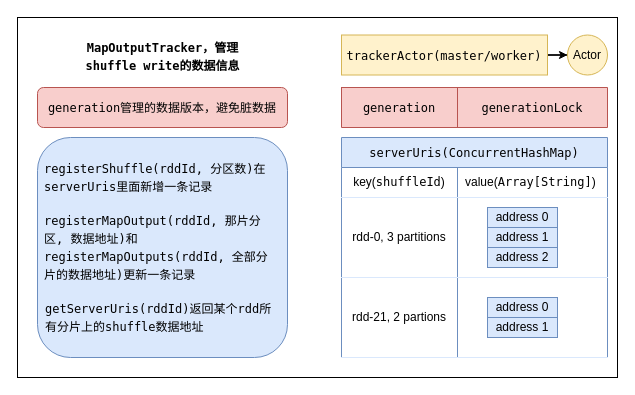
Before: doc/MapOutputTracker-view.drawio in changzhiwin/spark-core-analysis, a draw.io diagram. Source tidied: cells renumbered, new cells numbered last; positions are measured from the earlier drawing's top-left corner, leaving out a move shared by most shapes. Both pictures are drawn from the tidied source at 100%, with x=0, y=0 at pixel (17, 17).
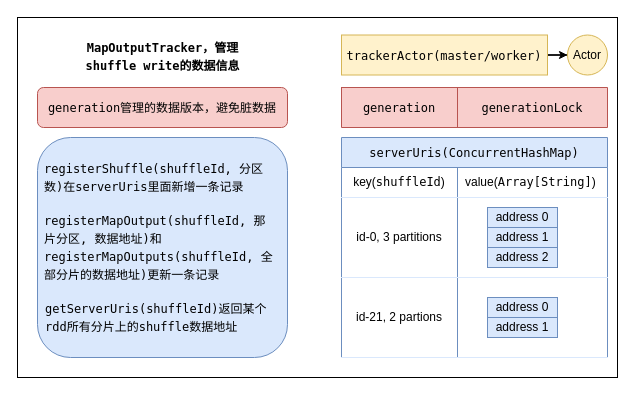
Above is the later version.

Unchanged cells that the change refers to:
```xml
<mxCell id="7" style="shape=partialRectangle;html=1;whiteSpace=wrap;fillColor=none;top=0;left=0;bottom=1;right=0;strokeColor=#DAE8FC;" parent="3" vertex="1">
  <mxGeometry y="60" width="266" height="80" as="geometry" />
</mxCell>
<mxCell id="10" style="shape=partialRectangle;html=1;whiteSpace=wrap;fillColor=none;top=0;left=0;bottom=1;right=0;strokeColor=#DAE8FC;" parent="3" vertex="1">
  <mxGeometry y="140" width="266" height="80" as="geometry" />
</mxCell>
```

The edit, as a diff of the source:
```diff
@@
-    <mxCell id="8" value="rdd-0, 3 partitions" style="shape=partialRectangle;html=1;whiteSpace=wrap;fillColor=none;top=0;left=0;bottom=0;right=0;overflow=hidden;strokeColor=#DAE8FC;" parent="7" vertex="1">
+    <mxCell id="8" value="id-0, 3 partitions" style="shape=partialRectangle;html=1;whiteSpace=wrap;fillColor=none;top=0;left=0;bottom=0;right=0;overflow=hidden;strokeColor=#DAE8FC;" parent="7" vertex="1">
       <mxGeometry width="116" height="80" as="geometry" />
     </mxCell>
@@
-    <mxCell id="11" value="rdd-21, 2 partions" style="shape=partialRectangle;html=1;whiteSpace=wrap;fillColor=none;top=0;left=0;bottom=0;right=0;overflow=hidden;" parent="10" vertex="1">
+    <mxCell id="11" value="id-21, 2 partions" style="shape=partialRectangle;html=1;whiteSpace=wrap;fillColor=none;top=0;left=0;bottom=0;right=0;overflow=hidden;" parent="10" vertex="1">
       <mxGeometry width="116" height="80" as="geometry" />
     </mxCell>
@@
-    <mxCell id="28" value="&lt;div style=&quot;font-family: &amp;#34;menlo&amp;#34; , &amp;#34;monaco&amp;#34; , &amp;#34;courier new&amp;#34; , monospace ; line-height: 18px&quot;&gt;registerShuffle(rddId, 分区数)在serverUris里面新增一条记录&lt;/div&gt;" style="text;html=1;strokeColor=none;fillColor=none;align=left;verticalAlign=middle;whiteSpace=wrap;rounded=0;fontColor=#000000;" parent="1" vertex="1">
+    <mxCell id="28" value="&lt;div style=&quot;font-family: &amp;#34;menlo&amp;#34; , &amp;#34;monaco&amp;#34; , &amp;#34;courier new&amp;#34; , monospace ; line-height: 18px&quot;&gt;registerShuffle(shuffleId, 分区数)在serverUris里面新增一条记录&lt;/div&gt;" style="text;html=1;strokeColor=none;fillColor=none;align=left;verticalAlign=middle;whiteSpace=wrap;rounded=0;fontColor=#000000;" parent="1" vertex="1">
       <mxGeometry x="25" y="140" width="240" height="40" as="geometry" />
     </mxCell>
-    <mxCell id="29" value="&lt;div style=&quot;font-family: &amp;#34;menlo&amp;#34; , &amp;#34;monaco&amp;#34; , &amp;#34;courier new&amp;#34; , monospace ; line-height: 18px&quot;&gt;&lt;span style=&quot;font-family: &amp;#34;menlo&amp;#34; , &amp;#34;monaco&amp;#34; , &amp;#34;courier new&amp;#34; , monospace&quot;&gt;registerMapOutput&lt;/span&gt;(rddId, 那片分区, 数据地址)和&lt;/div&gt;&lt;div style=&quot;font-family: &amp;#34;menlo&amp;#34; , &amp;#34;monaco&amp;#34; , &amp;#34;courier new&amp;#34; , monospace ; line-height: 18px&quot;&gt;&lt;span style=&quot;font-family: &amp;#34;menlo&amp;#34; , &amp;#34;monaco&amp;#34; , &amp;#34;courier new&amp;#34; , monospace&quot;&gt;registerMapOutputs(rddId, 全部分片的数据地址)更新一条记录&lt;/span&gt;&lt;/div&gt;" style="text;html=1;strokeColor=none;fillColor=none;align=left;verticalAlign=middle;whiteSpace=wrap;rounded=0;" parent="1" vertex="1">
+    <mxCell id="29" value="&lt;div style=&quot;font-family: &amp;#34;menlo&amp;#34; , &amp;#34;monaco&amp;#34; , &amp;#34;courier new&amp;#34; , monospace ; line-height: 18px&quot;&gt;&lt;span style=&quot;font-family: &amp;#34;menlo&amp;#34; , &amp;#34;monaco&amp;#34; , &amp;#34;courier new&amp;#34; , monospace&quot;&gt;registerMapOutput&lt;/span&gt;(shuffleId, 那片分区, 数据地址)和&lt;/div&gt;&lt;div style=&quot;font-family: &amp;#34;menlo&amp;#34; , &amp;#34;monaco&amp;#34; , &amp;#34;courier new&amp;#34; , monospace ; line-height: 18px&quot;&gt;&lt;span style=&quot;font-family: &amp;#34;menlo&amp;#34; , &amp;#34;monaco&amp;#34; , &amp;#34;courier new&amp;#34; , monospace&quot;&gt;registerMapOutputs(shuffleId, 全部分片的数据地址)更新一条记录&lt;/span&gt;&lt;/div&gt;" style="text;html=1;strokeColor=none;fillColor=none;align=left;verticalAlign=middle;whiteSpace=wrap;rounded=0;" parent="1" vertex="1">
       <mxGeometry x="25" y="180" width="235" height="100" as="geometry" />
     </mxCell>
-    <mxCell id="30" value="&lt;div style=&quot;font-family: &amp;quot;menlo&amp;quot; , &amp;quot;monaco&amp;quot; , &amp;quot;courier new&amp;quot; , monospace ; line-height: 18px&quot;&gt;&lt;span style=&quot;font-family: menlo, monaco, &amp;quot;courier new&amp;quot;, monospace;&quot;&gt;getServerUris&lt;/span&gt;(rddId)返回某个rdd所有分片上的shuffle数据地址&lt;/div&gt;" style="text;html=1;strokeColor=none;fillColor=none;align=left;verticalAlign=middle;whiteSpace=wrap;rounded=0;" parent="1" vertex="1">
+    <mxCell id="30" value="&lt;div style=&quot;font-family: &amp;#34;menlo&amp;#34; , &amp;#34;monaco&amp;#34; , &amp;#34;courier new&amp;#34; , monospace ; line-height: 18px&quot;&gt;&lt;span style=&quot;font-family: &amp;#34;menlo&amp;#34; , &amp;#34;monaco&amp;#34; , &amp;#34;courier new&amp;#34; , monospace&quot;&gt;getServerUris&lt;/span&gt;(shuffleId)返回某个rdd所有分片上的shuffle数据地址&lt;/div&gt;" style="text;html=1;strokeColor=none;fillColor=none;align=left;verticalAlign=middle;whiteSpace=wrap;rounded=0;" parent="1" vertex="1">
       <mxGeometry x="26" y="280" width="240" height="40" as="geometry" />
     </mxCell>
```
